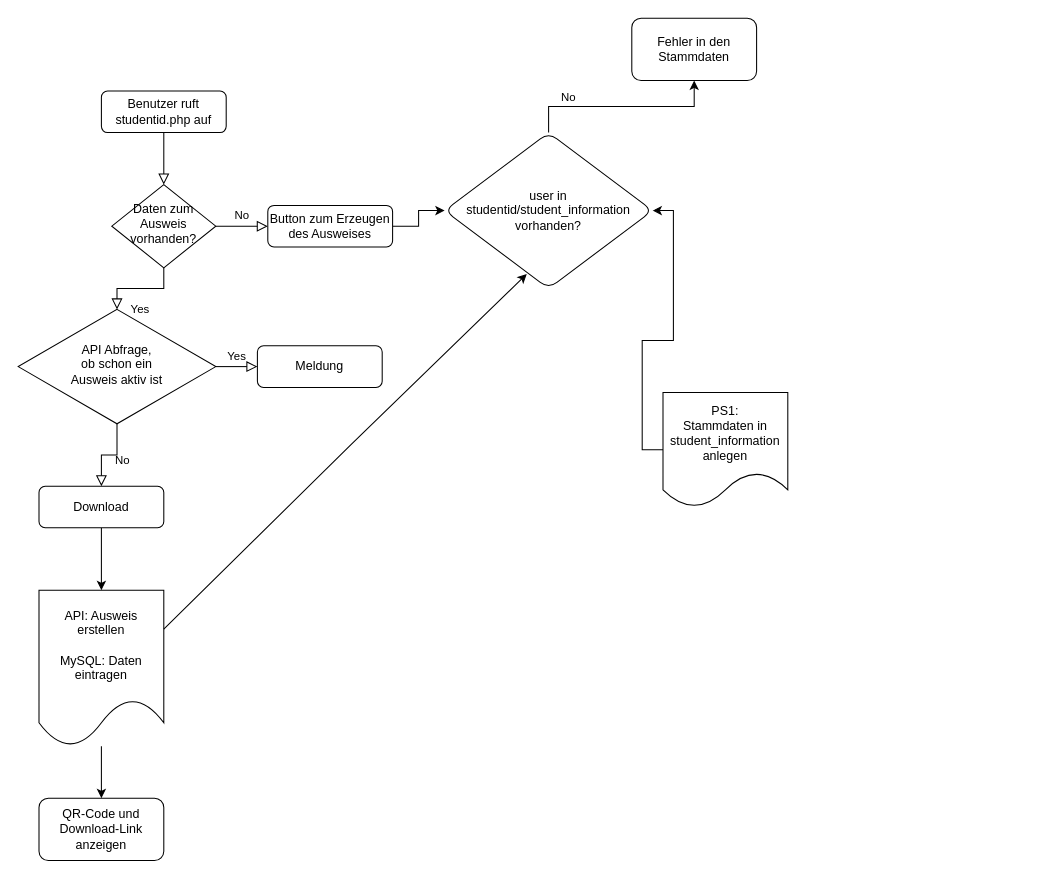
Earlier version of the draw.io diagram Unbenanntes Diagramm.drawio (dennishohmann/Beispiele). Source tidied: cells renumbered, new cells numbered last; positions are measured from the earlier drawing's top-left corner, leaving out a move shared by most shapes. Both pictures are drawn from the tidied source at 104%, with x=0, y=0 at pixel (18, 18).
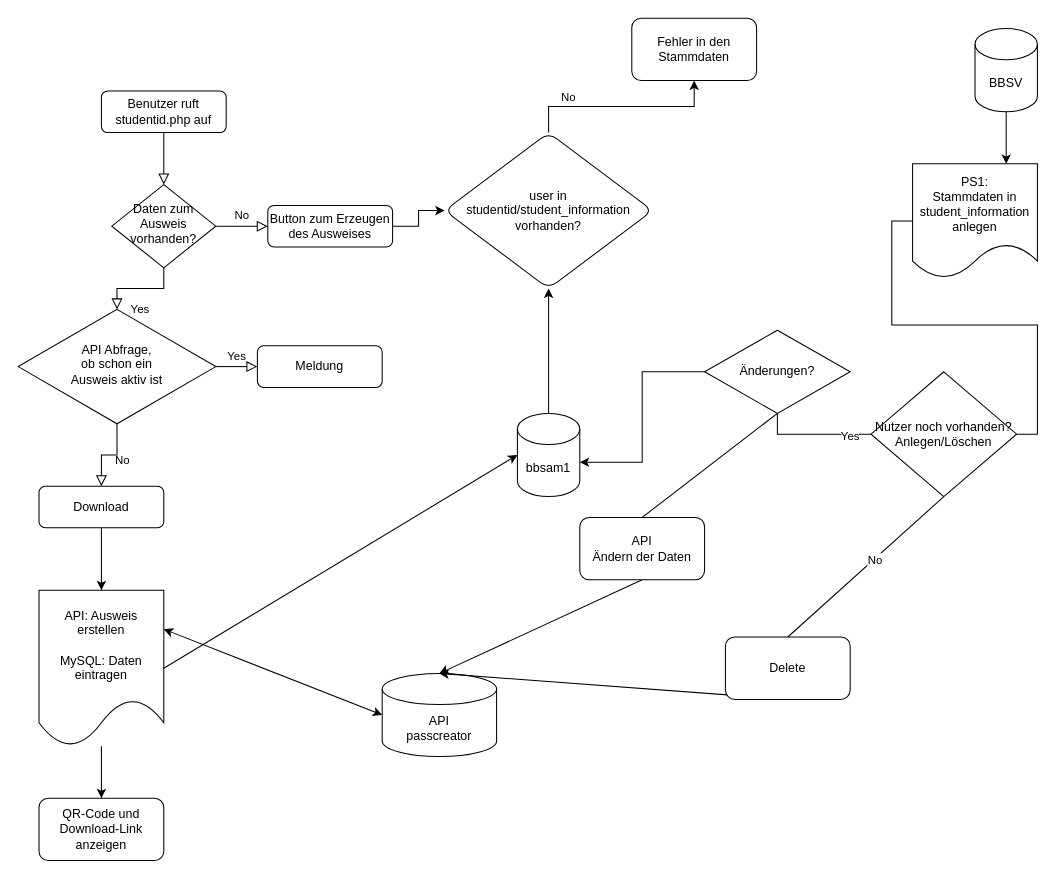
The same diagram, later.

Unchanged cells that the change refers to:
```xml
<mxCell id="18" value="user in &lt;br&gt;studentid/student_information vorhanden?" style="rhombus;whiteSpace=wrap;html=1;rounded=1;glass=0;strokeWidth=1;shadow=0;" parent="1" vertex="1">
  <mxGeometry x="410" y="110" width="200" height="150" as="geometry" />
</mxCell>
<mxCell id="22" value="API: Ausweis erstellen&lt;br&gt;&lt;br&gt;MySQL: Daten eintragen" style="shape=document;whiteSpace=wrap;html=1;boundedLbl=1;rounded=1;glass=0;strokeWidth=1;shadow=0;" parent="1" vertex="1">
  <mxGeometry x="20" y="550" width="120" height="150" as="geometry" />
</mxCell>
```

The edit, as a diff of the source:
```diff
@@
-    <mxCell id="17" style="edgeStyle=orthogonalEdgeStyle;rounded=0;jettySize=auto;html=1;exitX=0;exitY=0.5;exitDx=0;exitDy=0;entryX=1;entryY=0.5;entryDx=0;entryDy=0;" parent="1" edge="1" source="20" target="18">
+    <mxCell id="17" style="edgeStyle=orthogonalEdgeStyle;rounded=0;jettySize=auto;html=1;exitX=0;exitY=0.5;exitDx=0;exitDy=0;entryX=1;entryY=0.588;entryDx=0;entryDy=0;startArrow=none;entryPerimeter=0;" parent="1" edge="1" source="37" target="28">
       <mxGeometry relative="1" as="geometry" />
     </mxCell>
@@
     <mxCell id="20" value="PS1:&lt;br&gt;Stammdaten in student_information anlegen" style="shape=document;whiteSpace=wrap;html=1;boundedLbl=1;rounded=1;glass=0;strokeWidth=1;shadow=0;" parent="1" vertex="1">
-      <mxGeometry x="620" y="360" width="120" height="110" as="geometry" />
+      <mxGeometry x="860" y="140" width="120" height="110" as="geometry" />
     </mxCell>
@@
-    <mxCell id="23" style="endArrow=classic;html=1;rounded=0;entryX=0.395;entryY=0.907;entryDx=0;entryDy=0;entryPerimeter=0;exitX=1;exitY=0.25;exitDx=0;exitDy=0;" parent="1" edge="1" source="22" target="18">
-      <mxGeometry relative="1" as="geometry">
-        <Array as="points">
-          <mxPoint x="320" y="410" />
-        </Array>
-      </mxGeometry>
+    <mxCell id="23" style="endArrow=classic;html=1;rounded=0;entryX=0;entryY=0.5;entryDx=0;entryDy=0;entryPerimeter=0;exitX=1;exitY=0.5;exitDx=0;exitDy=0;" parent="1" edge="1" source="22" target="28">
+      <mxGeometry relative="1" as="geometry" />
     </mxCell>
@@
+    <mxCell id="25" value="Nutzer noch vorhanden?&lt;br&gt;Anlegen/Löschen" style="rhombus;whiteSpace=wrap;html=1;" parent="1" vertex="1">
+      <mxGeometry x="820" y="340" width="140" height="120" as="geometry" />
+    </mxCell>
+    <mxCell id="26" style="edgeStyle=orthogonalEdgeStyle;rounded=0;jettySize=auto;html=1;exitX=0;exitY=0.5;exitDx=0;exitDy=0;entryX=1;entryY=0.5;entryDx=0;entryDy=0;endArrow=none;" parent="1" edge="1" source="20" target="25">
+      <mxGeometry relative="1" as="geometry" />
+    </mxCell>
+    <mxCell id="27" value="BBSV" style="shape=cylinder3;whiteSpace=wrap;html=1;boundedLbl=1;backgroundOutline=1;size=15;" parent="1" vertex="1">
+      <mxGeometry x="920" y="10" width="60" height="80" as="geometry" />
+    </mxCell>
+    <mxCell id="28" value="bbsam1" style="shape=cylinder3;whiteSpace=wrap;html=1;boundedLbl=1;backgroundOutline=1;size=15;" parent="1" vertex="1">
+      <mxGeometry x="480" y="380" width="60" height="80" as="geometry" />
+    </mxCell>
+    <mxCell id="29" style="endArrow=classic;html=1;rounded=0;exitX=0.5;exitY=1;exitDx=0;exitDy=0;exitPerimeter=0;entryX=0.75;entryY=0;entryDx=0;entryDy=0;" parent="1" edge="1" source="27" target="20">
+      <mxGeometry relative="1" as="geometry" />
+    </mxCell>
+    <mxCell id="30" style="endArrow=classic;html=1;rounded=0;exitX=0.5;exitY=0;exitDx=0;exitDy=0;exitPerimeter=0;" parent="1" edge="1" source="28" target="18">
+      <mxGeometry relative="1" as="geometry" />
+    </mxCell>
+    <mxCell id="31" value="API&lt;br&gt;passcreator" style="shape=cylinder3;whiteSpace=wrap;html=1;boundedLbl=1;backgroundOutline=1;size=15;" parent="1" vertex="1">
+      <mxGeometry x="350" y="630" width="110" height="80" as="geometry" />
+    </mxCell>
+    <mxCell id="32" style="endArrow=classic;html=1;rounded=0;exitX=0.5;exitY=1;exitDx=0;exitDy=0;entryX=0.5;entryY=0;entryDx=0;entryDy=0;entryPerimeter=0;startArrow=none;" parent="1" edge="1" source="33" target="31">
+      <mxGeometry relative="1" as="geometry" />
+    </mxCell>
+    <mxCell id="33" value="Delete" style="rounded=1;whiteSpace=wrap;html=1;" parent="1" vertex="1">
+      <mxGeometry x="680" y="595" width="120" height="60" as="geometry" />
+    </mxCell>
+    <mxCell id="34" style="endArrow=none;html=1;rounded=0;exitX=0.5;exitY=1;exitDx=0;exitDy=0;entryX=0.5;entryY=0;entryDx=0;entryDy=0;entryPerimeter=0;" parent="1" edge="1" source="25" target="33">
+      <mxGeometry relative="1" as="geometry" />
+    </mxCell>
+    <mxCell id="35" value="No" style="edgeLabel;html=1;align=center;verticalAlign=middle;" parent="34" vertex="1">
+      <mxGeometry x="-0.11" y="1" relative="1" as="geometry" />
+    </mxCell>
+    <mxCell id="36" style="endArrow=classic;startArrow=classic;html=1;rounded=0;exitX=1;exitY=0.25;exitDx=0;exitDy=0;entryX=0;entryY=0.5;entryDx=0;entryDy=0;entryPerimeter=0;" parent="1" edge="1" source="22" target="31">
+      <mxGeometry relative="1" as="geometry" />
+    </mxCell>
+    <mxCell id="37" value="Änderungen?" style="rhombus;whiteSpace=wrap;html=1;" parent="1" vertex="1">
+      <mxGeometry x="660" y="300" width="140" height="80" as="geometry" />
+    </mxCell>
+    <mxCell id="38" style="edgeStyle=orthogonalEdgeStyle;rounded=0;jettySize=auto;html=1;exitX=0;exitY=0.5;exitDx=0;exitDy=0;entryX=0.5;entryY=1;entryDx=0;entryDy=0;startArrow=none;entryPerimeter=0;endArrow=none;" parent="1" edge="1" source="25" target="37">
+      <mxGeometry relative="1" as="geometry" />
+    </mxCell>
+    <mxCell id="39" value="Yes" style="edgeLabel;html=1;align=center;verticalAlign=middle;" parent="38" vertex="1">
+      <mxGeometry x="-0.61" y="1" relative="1" as="geometry" />
+    </mxCell>
+    <mxCell id="40" style="endArrow=classic;html=1;rounded=0;exitX=0.5;exitY=1;exitDx=0;exitDy=0;entryX=0.5;entryY=0;entryDx=0;entryDy=0;entryPerimeter=0;startArrow=none;" parent="1" edge="1" source="41" target="31">
+      <mxGeometry relative="1" as="geometry" />
+    </mxCell>
+    <mxCell id="41" value="API&lt;br&gt;Ändern der Daten" style="rounded=1;whiteSpace=wrap;html=1;" parent="1" vertex="1">
+      <mxGeometry x="540" y="480" width="120" height="60" as="geometry" />
+    </mxCell>
+    <mxCell id="42" style="endArrow=none;html=1;rounded=0;exitX=0.5;exitY=1;exitDx=0;exitDy=0;entryX=0.5;entryY=0;entryDx=0;entryDy=0;entryPerimeter=0;" parent="1" edge="1" source="37" target="41">
+      <mxGeometry relative="1" as="geometry" />
+    </mxCell>
```
